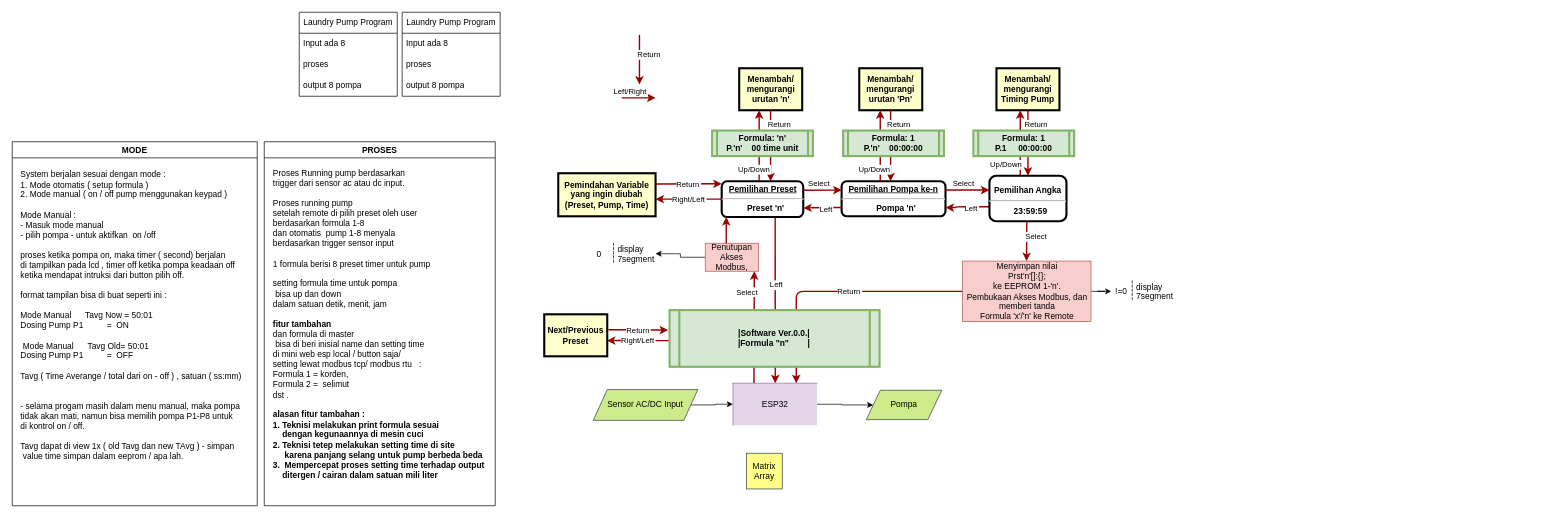
The draw.io diagram Diagram Main Program.drawio in taoofeexs/SharingCode, before the edit. Source tidied: cells renumbered, new cells numbered last; positions are measured from the earlier drawing's top-left corner, leaving out a move shared by most shapes. Both pictures are drawn from the tidied source at 70%, with x=0, y=0 at pixel (12, 12).
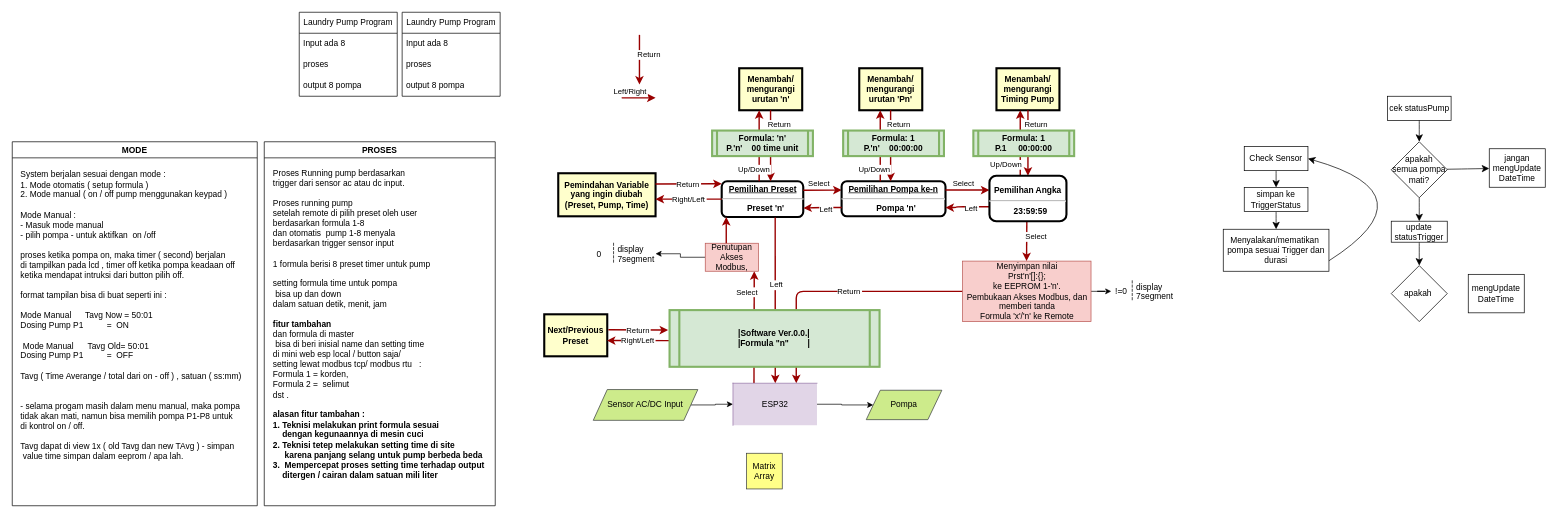
The same page after the edit.

The edit, as a diff of the source:
```diff
@@
+    <mxCell id="62" style="edgeStyle=none;curved=1;rounded=0;jettySize=auto;html=1;fontSize=12;startSize=8;endSize=8;" parent="1" edge="1" source="63" target="65">
+      <mxGeometry relative="1" as="geometry" />
+    </mxCell>
+    <mxCell id="63" value="Check Sensor" style="rounded=0;whiteSpace=wrap;html=1;" parent="1" vertex="1">
+      <mxGeometry x="1760" y="191.8" width="91" height="34.5" as="geometry" />
+    </mxCell>
+    <mxCell id="64" style="edgeStyle=none;curved=1;rounded=0;jettySize=auto;html=1;fontSize=12;startSize=8;endSize=8;" parent="1" edge="1" source="65" target="66">
+      <mxGeometry relative="1" as="geometry" />
+    </mxCell>
+    <mxCell id="65" value="simpan ke TriggerStatus" style="rounded=0;whiteSpace=wrap;html=1;" parent="1" vertex="1">
+      <mxGeometry x="1760" y="250.3" width="91" height="34.5" as="geometry" />
+    </mxCell>
+    <mxCell id="66" value="Menyalakan/mematikan&lt;span style=&quot;background-color: initial;&quot;&gt;&amp;nbsp;&lt;br&gt;pompa sesuai Trigger dan durasi&lt;/span&gt;" style="rounded=0;whiteSpace=wrap;html=1;" parent="1" vertex="1">
+      <mxGeometry x="1730" y="310" width="151" height="60" as="geometry" />
+    </mxCell>
+    <mxCell id="67" style="endArrow=classic;html=1;rounded=0;fontSize=12;startSize=8;endSize=8;curved=1;entryX=1;entryY=0.5;entryDx=0;entryDy=0;exitX=1;exitY=0.75;exitDx=0;exitDy=0;" parent="1" edge="1" source="66" target="63">
+      <mxGeometry relative="1" as="geometry">
+        <Array as="points">
+          <mxPoint x="2030" y="260" />
+        </Array>
+      </mxGeometry>
+    </mxCell>
+    <mxCell id="68" style="edgeStyle=none;curved=1;rounded=0;jettySize=auto;html=1;fontSize=12;startSize=8;endSize=8;" parent="1" edge="1" source="70" target="72">
+      <mxGeometry relative="1" as="geometry" />
+    </mxCell>
+    <mxCell id="69" style="edgeStyle=none;curved=1;rounded=0;jettySize=auto;html=1;fontSize=12;startSize=8;endSize=8;" parent="1" edge="1" source="70" target="74">
+      <mxGeometry relative="1" as="geometry" />
+    </mxCell>
+    <mxCell id="70" value="apakah semua pompa mati?" style="rhombus;whiteSpace=wrap;html=1;" parent="1" vertex="1">
+      <mxGeometry x="1970" y="185" width="80" height="80" as="geometry" />
+    </mxCell>
+    <mxCell id="71" value="cek statusPump" style="rounded=0;whiteSpace=wrap;html=1;" parent="1" vertex="1">
+      <mxGeometry x="1964.5" y="120" width="91" height="34.5" as="geometry" />
+    </mxCell>
+    <mxCell id="72" value="jangan mengUpdate DateTime" style="whiteSpace=wrap;html=1;" parent="1" vertex="1">
+      <mxGeometry x="2110" y="195" width="80" height="55" as="geometry" />
+    </mxCell>
+    <mxCell id="73" style="edgeStyle=none;curved=1;rounded=0;jettySize=auto;html=1;fontSize=12;startSize=8;endSize=8;" parent="1" edge="1" source="74" target="75">
+      <mxGeometry relative="1" as="geometry" />
+    </mxCell>
+    <mxCell id="74" value="update statusTrigger" style="whiteSpace=wrap;html=1;" parent="1" vertex="1">
+      <mxGeometry x="1970" y="298.5" width="80" height="30" as="geometry" />
+    </mxCell>
+    <mxCell id="75" value="apakah&amp;nbsp;" style="rhombus;whiteSpace=wrap;html=1;" parent="1" vertex="1">
+      <mxGeometry x="1970" y="361.9" width="80" height="80" as="geometry" />
+    </mxCell>
+    <mxCell id="76" value="mengUpdate DateTime" style="whiteSpace=wrap;html=1;" parent="1" vertex="1">
+      <mxGeometry x="2080" y="374.4" width="80" height="55" as="geometry" />
+    </mxCell>
+    <mxCell id="77" style="endArrow=classic;html=1;rounded=0;fontSize=12;startSize=8;endSize=8;curved=1;" parent="1" edge="1" source="71" target="70">
+      <mxGeometry relative="1" as="geometry" />
+    </mxCell>
```
